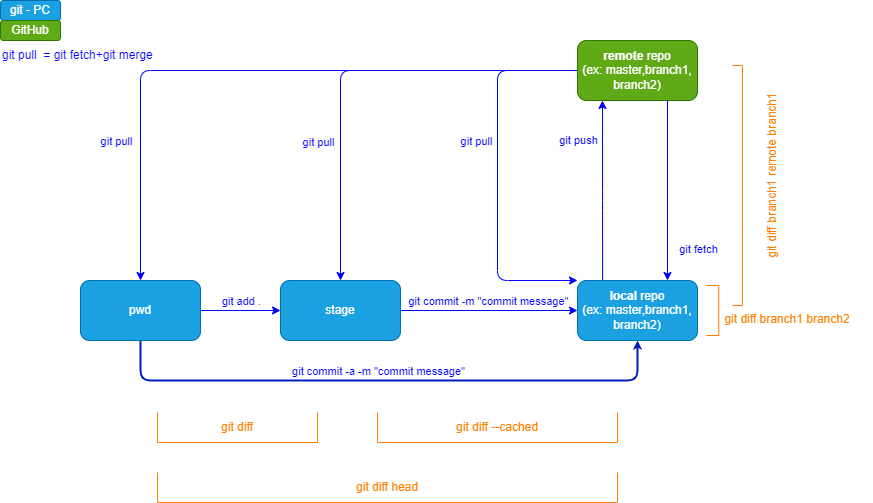
Above: img/workflow-git.drawio.png in rickey-alok/techwriter-go-to-doc (draw.io), before the change. Source tidied: cells renumbered, new cells last; positions are measured from the earlier drawing's top-left corner, leaving out a move shared by most shapes.
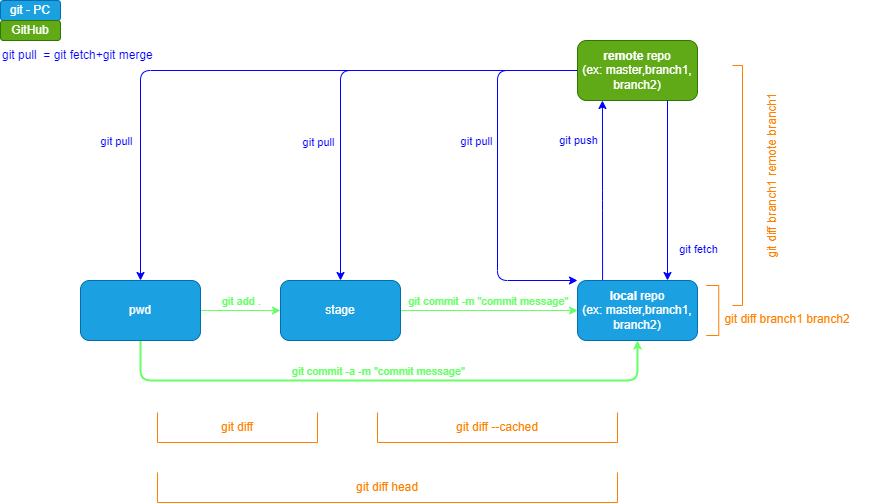
The same file after the commit.

Change to the diagram source:
```diff
@@ -39,15 +39,15 @@
         <mxPoint x="-21" y="11" as="offset" />
       </mxGeometry>
     </mxCell>
-    <mxCell id="8" style="edgeStyle=none;html=1;strokeColor=#0000FF;" parent="1" edge="1" source="11" target="14">
+    <mxCell id="8" style="edgeStyle=none;html=1;strokeColor=#66FF66;fillColor=#60a917;" parent="1" edge="1" source="11" target="14">
       <mxGeometry relative="1" as="geometry" />
     </mxCell>
-    <mxCell id="9" value="git add ." style="edgeLabel;html=1;align=center;verticalAlign=middle;fontColor=#0000FF;" parent="8" vertex="1">
+    <mxCell id="9" value="git add ." style="edgeLabel;html=1;align=center;verticalAlign=middle;fontColor=#66FF66;" parent="8" vertex="1">
       <mxGeometry x="0.55" relative="1" as="geometry">
         <mxPoint x="-22" y="-10" as="offset" />
       </mxGeometry>
     </mxCell>
-    <mxCell id="10" style="edgeStyle=none;html=1;entryX=0.5;entryY=1;entryDx=0;entryDy=0;fontColor=#0000FF;exitX=0.5;exitY=1;exitDx=0;exitDy=0;fillColor=#0050ef;strokeColor=#001DBC;strokeWidth=2;endSize=3;" parent="1" edge="1" source="11" target="17">
+    <mxCell id="10" style="edgeStyle=none;html=1;entryX=0.5;entryY=1;entryDx=0;entryDy=0;fontColor=#0000FF;exitX=0.5;exitY=1;exitDx=0;exitDy=0;fillColor=#60a917;strokeColor=#66FF66;strokeWidth=2;endSize=3;" parent="1" edge="1" source="11" target="17">
       <mxGeometry relative="1" as="geometry">
         <Array as="points">
           <mxPoint x="140" y="380" />
@@ -59,10 +59,10 @@
     <mxCell id="11" value="pwd" style="rounded=1;whiteSpace=wrap;html=1;fillColor=#1ba1e2;fontColor=#ffffff;strokeColor=#006EAF;" parent="1" vertex="1">
       <mxGeometry x="80" y="280" width="120" height="60" as="geometry" />
     </mxCell>
-    <mxCell id="12" style="edgeStyle=none;html=1;entryX=0;entryY=0.5;entryDx=0;entryDy=0;strokeColor=#0000FF;" parent="1" edge="1" source="14" target="17">
+    <mxCell id="12" style="edgeStyle=none;html=1;entryX=0;entryY=0.5;entryDx=0;entryDy=0;strokeColor=#66FF66;fillColor=#60a917;" parent="1" edge="1" source="14" target="17">
       <mxGeometry relative="1" as="geometry" />
     </mxCell>
-    <mxCell id="13" value="git commit -m &quot;commit message&quot;" style="edgeLabel;html=1;align=center;verticalAlign=middle;fontColor=#0000FF;" parent="12" vertex="1">
+    <mxCell id="13" value="git commit -m &quot;commit message&quot;" style="edgeLabel;html=1;align=center;verticalAlign=middle;fontColor=#66FF66;" parent="12" vertex="1">
       <mxGeometry x="0.67" relative="1" as="geometry">
         <mxPoint x="-61" y="-10" as="offset" />
       </mxGeometry>
@@ -126,7 +126,7 @@
     <mxCell id="30" value="git diff branch1 remote branch1" style="text;html=1;strokeColor=none;fillColor=none;align=center;verticalAlign=middle;whiteSpace=wrap;rounded=0;fontColor=#FF8000;rotation=-90;" parent="1" vertex="1">
       <mxGeometry x="687" y="160" width="170" height="30" as="geometry" />
     </mxCell>
-    <mxCell id="31" value="git commit -a -m &quot;commit message&quot;" style="edgeLabel;html=1;align=center;verticalAlign=middle;fontColor=#0000FF;" parent="1" vertex="1">
+    <mxCell id="31" value="git commit -a -m &quot;commit message&quot;" style="edgeLabel;html=1;align=center;verticalAlign=middle;fontColor=#66FF66;" parent="1" vertex="1">
       <mxGeometry x="377" y="370" as="geometry" />
     </mxCell>
   </root>
```
